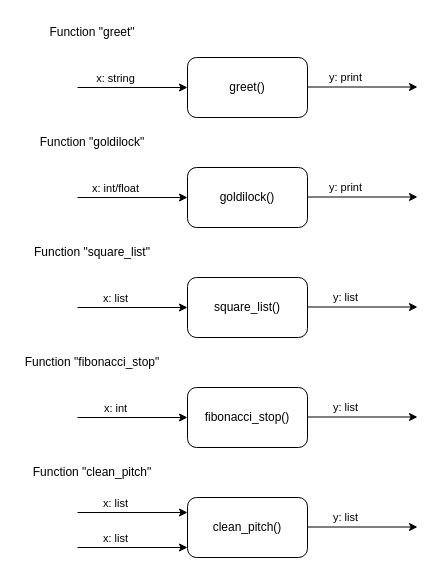
Before: FunctionDiagram.drawio in DTUWindEducation/p0-intro-team-12, a draw.io diagram. Source tidied: cells renumbered, new cells numbered last; positions are measured from the earlier drawing's top-left corner, leaving out a move shared by most shapes. Both pictures are drawn from the tidied source at 100%, with x=0, y=0 at pixel (17, 17).
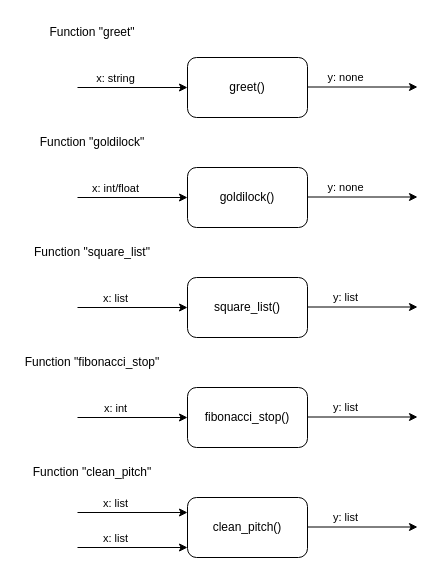
The same diagram, later.

Commit message:
Corrected output to none instead of print

The change refers to these unchanged cells:
```xml
<mxCell id="6" style="endArrow=classic;html=1;entryX=0;entryY=0.5;entryDx=0;entryDy=0;" parent="1" edge="1">
  <mxGeometry relative="1" as="geometry">
    <mxPoint x="290" y="69.5" as="sourcePoint" />
    <mxPoint x="400" y="69.5" as="targetPoint" />
  </mxGeometry>
</mxCell>
<mxCell id="12" style="endArrow=classic;html=1;entryX=0;entryY=0.5;entryDx=0;entryDy=0;" parent="1" edge="1">
  <mxGeometry relative="1" as="geometry">
    <mxPoint x="290" y="179.5" as="sourcePoint" />
    <mxPoint x="400" y="179.5" as="targetPoint" />
  </mxGeometry>
</mxCell>
```

Diff of the diagram source:
```diff
@@
-    <mxCell id="7" value="y: print" style="edgeLabel;html=1;align=center;verticalAlign=middle;" parent="6" vertex="1">
+    <mxCell id="7" value="y: none" style="edgeLabel;html=1;align=center;verticalAlign=middle;" parent="6" vertex="1">
       <mxGeometry x="-0.32" y="-3" relative="1" as="geometry">
         <mxPoint y="-13" as="offset" />
       </mxGeometry>
     </mxCell>
@@
-    <mxCell id="13" value="y: print" style="edgeLabel;html=1;align=center;verticalAlign=middle;" parent="12" vertex="1">
+    <mxCell id="13" value="y: none" style="edgeLabel;html=1;align=center;verticalAlign=middle;" parent="12" vertex="1">
       <mxGeometry x="-0.32" y="-3" relative="1" as="geometry">
         <mxPoint y="-13" as="offset" />
       </mxGeometry>
     </mxCell>
```
